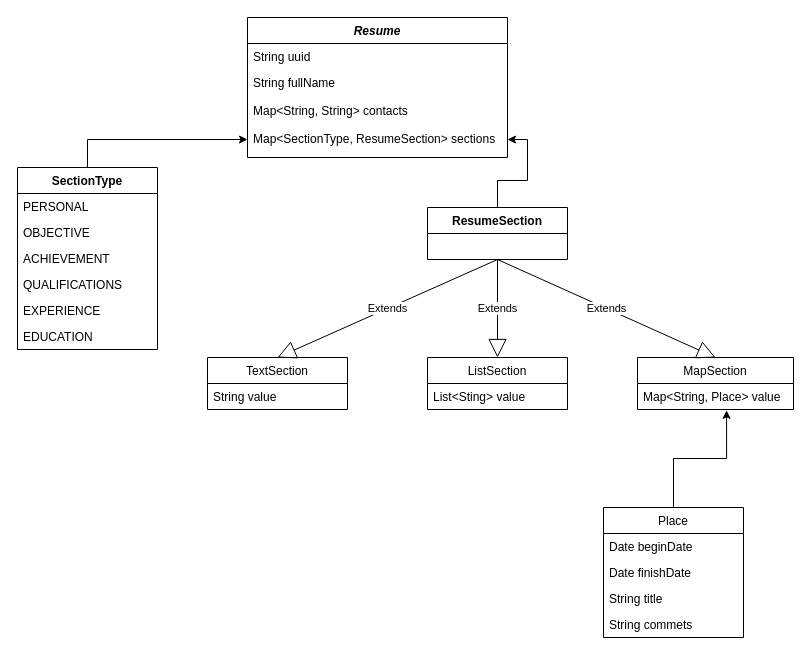
nvgrig/basejava keeps this draw.io diagram as Untitled Diagram.drawio. Above is the earlier version. Source tidied: cells renumbered, new cells numbered last; positions are measured from the earlier drawing's top-left corner, leaving out a move shared by most shapes. Both pictures are drawn from the tidied source at 100%, with x=0, y=0 at pixel (17, 17).
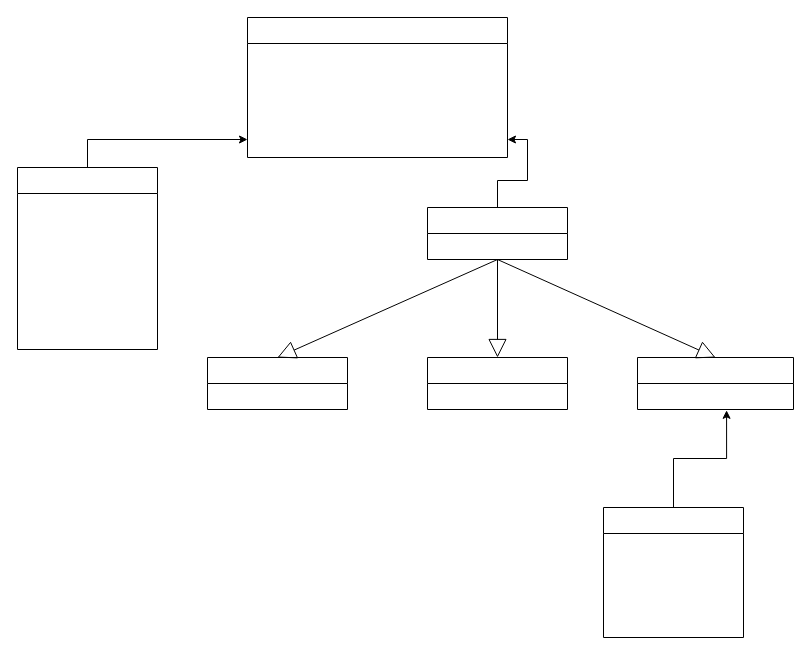
The same diagram, later.

Commit message (it also covers changes not shown here):
TextSection refactored - value renamed content

The edit, as a diff of the source:
```diff
@@
-    <mxCell id="2" value="Resume" style="swimlane;fontStyle=3;align=center;verticalAlign=top;horizontal=1;startSize=26;rounded=0;shadow=0;strokeWidth=1;" parent="1" vertex="1">
+    <mxCell id="2" style="swimlane;fontStyle=3;align=center;verticalAlign=top;horizontal=1;startSize=26;rounded=0;shadow=0;strokeWidth=1;" parent="1" vertex="1">
       <mxGeometry x="230" width="260" height="140" as="geometry" />
     </mxCell>
-    <mxCell id="3" value="String uuid" style="text;align=left;verticalAlign=top;spacingLeft=4;spacingRight=4;overflow=hidden;" parent="2" vertex="1">
+    <mxCell id="3" style="text;align=left;verticalAlign=top;spacingLeft=4;spacingRight=4;overflow=hidden;" parent="2" vertex="1">
       <mxGeometry y="26" width="260" height="26" as="geometry" />
     </mxCell>
-    <mxCell id="4" value="String fullName&#10;" style="text;align=left;verticalAlign=top;spacingLeft=4;spacingRight=4;overflow=hidden;rounded=0;shadow=0;html=0;" parent="2" vertex="1">
+    <mxCell id="4" style="text;align=left;verticalAlign=top;spacingLeft=4;spacingRight=4;overflow=hidden;rounded=0;shadow=0;html=0;" parent="2" vertex="1">
       <mxGeometry y="52" width="260" height="28" as="geometry" />
     </mxCell>
-    <mxCell id="5" value="Map&lt;String, String&gt; contacts" style="text;align=left;verticalAlign=top;spacingLeft=4;spacingRight=4;overflow=hidden;rounded=0;shadow=0;html=0;" parent="2" vertex="1">
+    <mxCell id="5" style="text;align=left;verticalAlign=top;spacingLeft=4;spacingRight=4;overflow=hidden;rounded=0;shadow=0;html=0;" parent="2" vertex="1">
       <mxGeometry y="80" width="260" height="28" as="geometry" />
     </mxCell>
-    <mxCell id="6" value="Map&lt;SectionType, ResumeSection&gt; sections" style="text;align=left;verticalAlign=top;spacingLeft=4;spacingRight=4;overflow=hidden;points=[[0,0.5],[1,0.5]];portConstraint=eastwest;rounded=0;shadow=0;html=0;" parent="2" vertex="1">
+    <mxCell id="6" style="text;align=left;verticalAlign=top;spacingLeft=4;spacingRight=4;overflow=hidden;points=[[0,0.5],[1,0.5]];portConstraint=eastwest;rounded=0;shadow=0;html=0;" parent="2" vertex="1">
       <mxGeometry y="108" width="260" height="28" as="geometry" />
     </mxCell>
@@
-    <mxCell id="8" value="SectionType" style="swimlane;fontStyle=1;horizontal=1;startSize=26;fillColor=none;" parent="1" vertex="1">
+    <mxCell id="8" style="swimlane;fontStyle=1;horizontal=1;startSize=26;fillColor=none;" parent="1" vertex="1">
       <mxGeometry y="150" width="140" height="182" as="geometry" />
     </mxCell>
-    <mxCell id="9" value="PERSONAL" style="text;strokeColor=none;fillColor=none;align=left;verticalAlign=top;spacingLeft=4;spacingRight=4;overflow=hidden;" parent="8" vertex="1">
+    <mxCell id="9" style="text;strokeColor=none;fillColor=none;align=left;verticalAlign=top;spacingLeft=4;spacingRight=4;overflow=hidden;" parent="8" vertex="1">
       <mxGeometry y="26" width="140" height="26" as="geometry" />
     </mxCell>
-    <mxCell id="10" value="OBJECTIVE" style="text;strokeColor=none;fillColor=none;align=left;verticalAlign=top;spacingLeft=4;spacingRight=4;overflow=hidden;" parent="8" vertex="1">
+    <mxCell id="10" style="text;strokeColor=none;fillColor=none;align=left;verticalAlign=top;spacingLeft=4;spacingRight=4;overflow=hidden;" parent="8" vertex="1">
       <mxGeometry y="52" width="140" height="26" as="geometry" />
     </mxCell>
-    <mxCell id="11" value="ACHIEVEMENT" style="text;strokeColor=none;fillColor=none;align=left;verticalAlign=top;spacingLeft=4;spacingRight=4;overflow=hidden;" parent="8" vertex="1">
+    <mxCell id="11" style="text;strokeColor=none;fillColor=none;align=left;verticalAlign=top;spacingLeft=4;spacingRight=4;overflow=hidden;" parent="8" vertex="1">
       <mxGeometry y="78" width="140" height="26" as="geometry" />
     </mxCell>
-    <mxCell id="12" value="QUALIFICATIONS" style="text;strokeColor=none;fillColor=none;align=left;verticalAlign=top;spacingLeft=4;spacingRight=4;overflow=hidden;" parent="8" vertex="1">
+    <mxCell id="12" style="text;strokeColor=none;fillColor=none;align=left;verticalAlign=top;spacingLeft=4;spacingRight=4;overflow=hidden;" parent="8" vertex="1">
       <mxGeometry y="104" width="140" height="26" as="geometry" />
     </mxCell>
-    <mxCell id="13" value="EXPERIENCE" style="text;strokeColor=none;fillColor=none;align=left;verticalAlign=top;spacingLeft=4;spacingRight=4;overflow=hidden;" parent="8" vertex="1">
+    <mxCell id="13" style="text;strokeColor=none;fillColor=none;align=left;verticalAlign=top;spacingLeft=4;spacingRight=4;overflow=hidden;" parent="8" vertex="1">
       <mxGeometry y="130" width="140" height="26" as="geometry" />
     </mxCell>
-    <mxCell id="14" value="EDUCATION" style="text;strokeColor=none;fillColor=none;align=left;verticalAlign=top;spacingLeft=4;spacingRight=4;overflow=hidden;" parent="8" vertex="1">
+    <mxCell id="14" style="text;strokeColor=none;fillColor=none;align=left;verticalAlign=top;spacingLeft=4;spacingRight=4;overflow=hidden;" parent="8" vertex="1">
       <mxGeometry y="156" width="140" height="26" as="geometry" />
     </mxCell>
@@
-    <mxCell id="16" value="ResumeSection" style="swimlane;fontStyle=1;horizontal=1;startSize=26;fillColor=none;" parent="1" vertex="1">
+    <mxCell id="16" style="swimlane;fontStyle=1;horizontal=1;startSize=26;fillColor=none;" parent="1" vertex="1">
       <mxGeometry x="410" y="190" width="140" height="52" as="geometry" />
     </mxCell>
-    <mxCell id="17" value="TextSection" style="swimlane;fontStyle=0;horizontal=1;startSize=26;fillColor=none;" parent="1" vertex="1">
+    <mxCell id="17" style="swimlane;fontStyle=0;horizontal=1;startSize=26;fillColor=none;" parent="1" vertex="1">
       <mxGeometry x="190" y="340" width="140" height="52" as="geometry" />
     </mxCell>
-    <mxCell id="18" value="String value" style="text;strokeColor=none;fillColor=none;align=left;verticalAlign=top;spacingLeft=4;spacingRight=4;overflow=hidden;" parent="17" vertex="1">
+    <mxCell id="18" style="text;strokeColor=none;fillColor=none;align=left;verticalAlign=top;spacingLeft=4;spacingRight=4;overflow=hidden;" parent="17" vertex="1">
       <mxGeometry y="26" width="140" height="26" as="geometry" />
     </mxCell>
-    <mxCell id="19" value="Extends" style="endArrow=block;endSize=16;endFill=0;html=1;exitX=0.5;exitY=1;exitDx=0;exitDy=0;entryX=0.5;entryY=0;entryDx=0;entryDy=0;" parent="1" edge="1" source="16" target="17">
+    <mxCell id="19" style="endArrow=block;endSize=16;endFill=0;html=1;exitX=0.5;exitY=1;exitDx=0;exitDy=0;entryX=0.5;entryY=0;entryDx=0;entryDy=0;" parent="1" edge="1" source="16" target="17">
       <mxGeometry relative="1" as="geometry" />
     </mxCell>
-    <mxCell id="20" value="ListSection" style="swimlane;fontStyle=0;horizontal=1;startSize=26;fillColor=none;" parent="1" vertex="1">
+    <mxCell id="20" style="swimlane;fontStyle=0;horizontal=1;startSize=26;fillColor=none;" parent="1" vertex="1">
       <mxGeometry x="410" y="340" width="140" height="52" as="geometry" />
     </mxCell>
-    <mxCell id="21" value="List&lt;Sting&gt; value" style="text;strokeColor=none;fillColor=none;align=left;verticalAlign=top;spacingLeft=4;spacingRight=4;overflow=hidden;" parent="20" vertex="1">
+    <mxCell id="21" style="text;strokeColor=none;fillColor=none;align=left;verticalAlign=top;spacingLeft=4;spacingRight=4;overflow=hidden;" parent="20" vertex="1">
       <mxGeometry y="26" width="140" height="26" as="geometry" />
     </mxCell>
-    <mxCell id="22" value="Extends" style="endArrow=block;endSize=16;endFill=0;html=1;exitX=0.5;exitY=1;exitDx=0;exitDy=0;entryX=0.5;entryY=0;entryDx=0;entryDy=0;" parent="1" edge="1" source="16" target="20">
+    <mxCell id="22" style="endArrow=block;endSize=16;endFill=0;html=1;exitX=0.5;exitY=1;exitDx=0;exitDy=0;entryX=0.5;entryY=0;entryDx=0;entryDy=0;" parent="1" edge="1" source="16" target="20">
       <mxGeometry relative="1" as="geometry" />
     </mxCell>
-    <mxCell id="23" value="MapSection" style="swimlane;fontStyle=0;horizontal=1;startSize=26;fillColor=none;" parent="1" vertex="1">
+    <mxCell id="23" style="swimlane;fontStyle=0;horizontal=1;startSize=26;fillColor=none;" parent="1" vertex="1">
       <mxGeometry x="620" y="340" width="156" height="52" as="geometry" />
     </mxCell>
-    <mxCell id="24" value="Map&lt;String, Place&gt; value" style="text;strokeColor=none;fillColor=none;align=left;verticalAlign=top;spacingLeft=4;spacingRight=4;overflow=hidden;points=[[0,0.5],[1,0.5]];portConstraint=eastwest;" parent="23" vertex="1">
+    <mxCell id="24" style="text;strokeColor=none;fillColor=none;align=left;verticalAlign=top;spacingLeft=4;spacingRight=4;overflow=hidden;points=[[0,0.5],[1,0.5]];portConstraint=eastwest;" parent="23" vertex="1">
       <mxGeometry y="26" width="156" height="26" as="geometry" />
     </mxCell>
-    <mxCell id="25" value="Extends" style="endArrow=block;endSize=16;endFill=0;html=1;entryX=0.5;entryY=0;entryDx=0;entryDy=0;exitX=0.5;exitY=1;exitDx=0;exitDy=0;" parent="1" edge="1" source="16" target="23">
+    <mxCell id="25" style="endArrow=block;endSize=16;endFill=0;html=1;entryX=0.5;entryY=0;entryDx=0;entryDy=0;exitX=0.5;exitY=1;exitDx=0;exitDy=0;" parent="1" edge="1" source="16" target="23">
       <mxGeometry relative="1" as="geometry" />
     </mxCell>
@@
-    <mxCell id="27" value="Place" style="swimlane;fontStyle=0;horizontal=1;startSize=26;fillColor=none;" parent="1" vertex="1">
+    <mxCell id="27" style="swimlane;fontStyle=0;horizontal=1;startSize=26;fillColor=none;" parent="1" vertex="1">
       <mxGeometry x="586" y="490" width="140" height="130" as="geometry" />
     </mxCell>
-    <mxCell id="28" value="Date beginDate" style="text;strokeColor=none;fillColor=none;align=left;verticalAlign=top;spacingLeft=4;spacingRight=4;overflow=hidden;" parent="27" vertex="1">
+    <mxCell id="28" style="text;strokeColor=none;fillColor=none;align=left;verticalAlign=top;spacingLeft=4;spacingRight=4;overflow=hidden;" parent="27" vertex="1">
       <mxGeometry y="26" width="140" height="26" as="geometry" />
     </mxCell>
-    <mxCell id="29" value="Date finishDate" style="text;strokeColor=none;fillColor=none;align=left;verticalAlign=top;spacingLeft=4;spacingRight=4;overflow=hidden;" parent="27" vertex="1">
+    <mxCell id="29" style="text;strokeColor=none;fillColor=none;align=left;verticalAlign=top;spacingLeft=4;spacingRight=4;overflow=hidden;" parent="27" vertex="1">
       <mxGeometry y="52" width="140" height="26" as="geometry" />
     </mxCell>
-    <mxCell id="30" value="String title" style="text;strokeColor=none;fillColor=none;align=left;verticalAlign=top;spacingLeft=4;spacingRight=4;overflow=hidden;" parent="27" vertex="1">
+    <mxCell id="30" style="text;strokeColor=none;fillColor=none;align=left;verticalAlign=top;spacingLeft=4;spacingRight=4;overflow=hidden;" parent="27" vertex="1">
       <mxGeometry y="78" width="140" height="26" as="geometry" />
     </mxCell>
-    <mxCell id="31" value="String commets" style="text;strokeColor=none;fillColor=none;align=left;verticalAlign=top;spacingLeft=4;spacingRight=4;overflow=hidden;" parent="27" vertex="1">
+    <mxCell id="31" style="text;strokeColor=none;fillColor=none;align=left;verticalAlign=top;spacingLeft=4;spacingRight=4;overflow=hidden;" parent="27" vertex="1">
       <mxGeometry y="104" width="140" height="26" as="geometry" />
     </mxCell>
```
